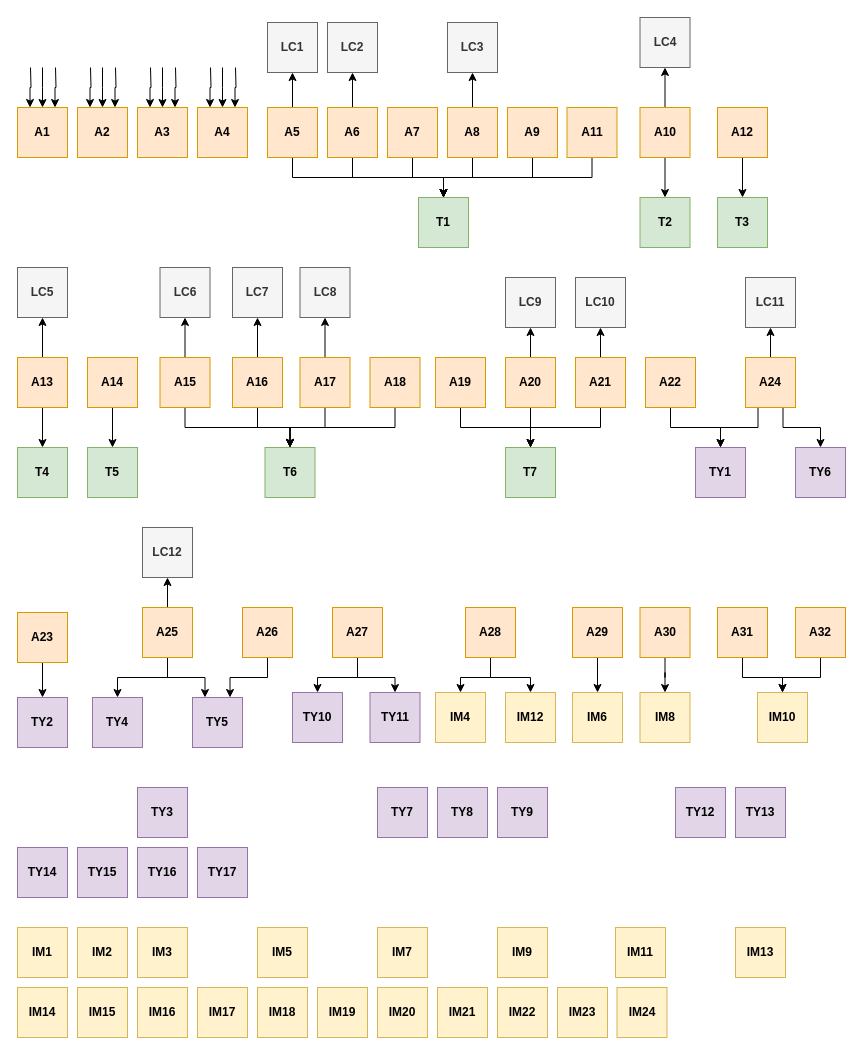
Above: docs/SRS/figures/DrawIOFiles/assumptions2all.drawio in GenevaS/EMgine (draw.io), before the change. Source tidied: cells renumbered, new cells numbered last; positions are measured from the earlier drawing's top-left corner, leaving out a move shared by most shapes. Both pictures are drawn from the tidied source at 100%, with x=0, y=0 at pixel (17, 17).
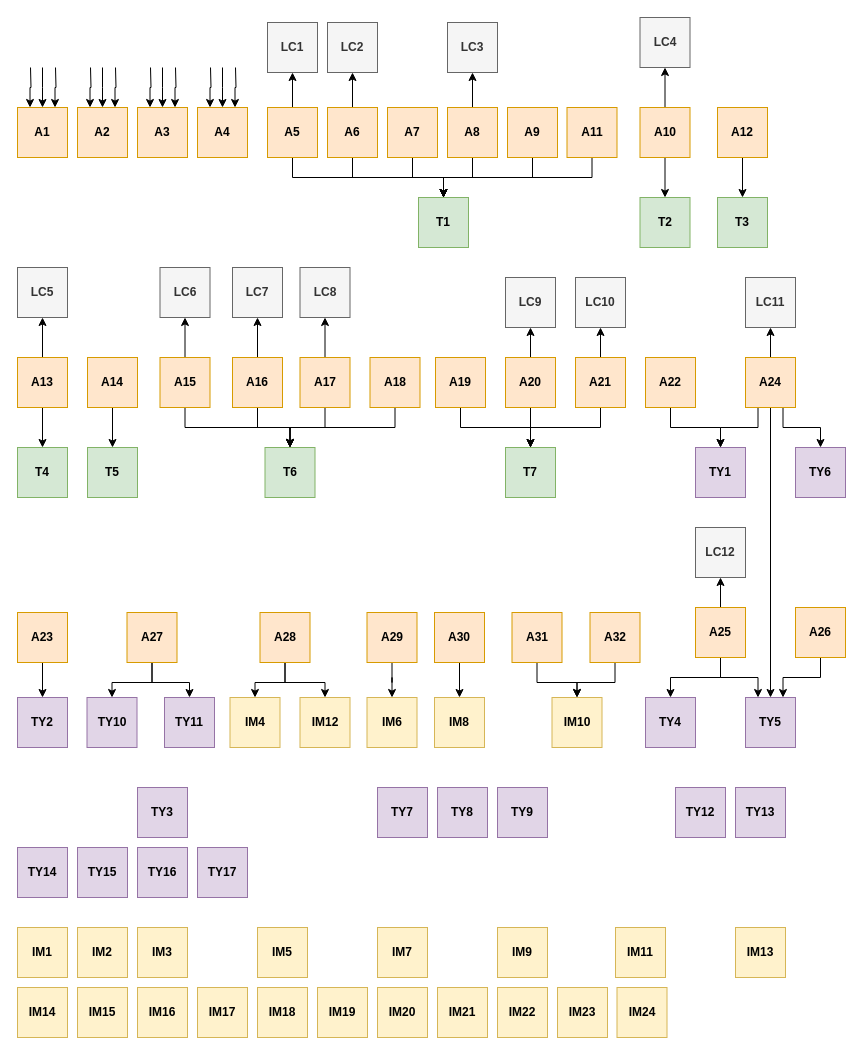
The same page after the edit.

The change refers to these unchanged cells:
```xml
<mxCell id="93" value="A24" style="rounded=0;whiteSpace=wrap;html=1;fontStyle=1;fillColor=#ffe6cc;strokeColor=#d79b00;" parent="1" vertex="1">
  <mxGeometry x="728" y="340" width="50" height="50" as="geometry" />
</mxCell>
```

Change to the diagram source:
```diff
@@
     <mxCell id="4" value="&lt;b&gt;TY11&lt;/b&gt;" style="whiteSpace=wrap;html=1;fillColor=#e1d5e7;strokeColor=#9673a6;" parent="1" vertex="1">
-      <mxGeometry x="352.5" y="675" width="50" height="50" as="geometry" />
+      <mxGeometry x="147" y="680" width="50" height="50" as="geometry" />
     </mxCell>
     <mxCell id="5" value="&lt;b&gt;TY10&lt;/b&gt;" style="whiteSpace=wrap;html=1;fillColor=#e1d5e7;strokeColor=#9673a6;" parent="1" vertex="1">
-      <mxGeometry x="275" y="675" width="50" height="50" as="geometry" />
+      <mxGeometry x="69.5" y="680" width="50" height="50" as="geometry" />
     </mxCell>
@@
     <mxCell id="10" value="&lt;b&gt;TY5&lt;/b&gt;" style="whiteSpace=wrap;html=1;fillColor=#e1d5e7;strokeColor=#9673a6;" parent="1" vertex="1">
-      <mxGeometry x="175" y="680" width="50" height="50" as="geometry" />
+      <mxGeometry x="728" y="680" width="50" height="50" as="geometry" />
     </mxCell>
     <mxCell id="11" value="&lt;b&gt;TY4&lt;/b&gt;" style="whiteSpace=wrap;html=1;fillColor=#e1d5e7;strokeColor=#9673a6;" parent="1" vertex="1">
-      <mxGeometry x="75" y="680" width="50" height="50" as="geometry" />
+      <mxGeometry x="628" y="680" width="50" height="50" as="geometry" />
     </mxCell>
@@
+    <mxCell id="150" style="edgeStyle=orthogonalEdgeStyle;rounded=0;jettySize=auto;html=1;exitX=0.5;exitY=1;exitDx=0;exitDy=0;entryX=0.5;entryY=0;entryDx=0;entryDy=0;" parent="1" edge="1" source="93" target="10">
+      <mxGeometry relative="1" as="geometry" />
+    </mxCell>
@@
     <mxCell id="97" value="A25" style="rounded=0;whiteSpace=wrap;html=1;fontStyle=1;fillColor=#ffe6cc;strokeColor=#d79b00;" parent="1" vertex="1">
-      <mxGeometry x="125" y="590" width="50" height="50" as="geometry" />
+      <mxGeometry x="678" y="590" width="50" height="50" as="geometry" />
     </mxCell>
@@
     <mxCell id="99" value="A26" style="rounded=0;whiteSpace=wrap;html=1;fontStyle=1;fillColor=#ffe6cc;strokeColor=#d79b00;" parent="1" vertex="1">
-      <mxGeometry x="225" y="590" width="50" height="50" as="geometry" />
+      <mxGeometry x="778" y="590" width="50" height="50" as="geometry" />
     </mxCell>
@@
     <mxCell id="102" value="A27" style="rounded=0;whiteSpace=wrap;html=1;fontStyle=1;fillColor=#ffe6cc;strokeColor=#d79b00;" parent="1" vertex="1">
-      <mxGeometry x="315" y="590" width="50" height="50" as="geometry" />
+      <mxGeometry x="109.5" y="595" width="50" height="50" as="geometry" />
     </mxCell>
@@
     <mxCell id="113" value="LC12" style="rounded=0;whiteSpace=wrap;html=1;fontStyle=1;fillColor=#f5f5f5;strokeColor=#666666;fontColor=#333333;" parent="1" vertex="1">
-      <mxGeometry x="125" y="510" width="50" height="50" as="geometry" />
+      <mxGeometry x="678" y="510" width="50" height="50" as="geometry" />
     </mxCell>
@@
     <mxCell id="118" value="IM8" style="rounded=0;whiteSpace=wrap;html=1;fontStyle=1;fillColor=#fff2cc;strokeColor=#d6b656;" parent="1" vertex="1">
-      <mxGeometry x="622.5" y="675" width="50" height="50" as="geometry" />
+      <mxGeometry x="417" y="680" width="50" height="50" as="geometry" />
     </mxCell>
@@
     <mxCell id="121" value="IM10" style="rounded=0;whiteSpace=wrap;html=1;fontStyle=1;fillColor=#fff2cc;strokeColor=#d6b656;" parent="1" vertex="1">
-      <mxGeometry x="740" y="675" width="50" height="50" as="geometry" />
+      <mxGeometry x="534.5" y="680" width="50" height="50" as="geometry" />
     </mxCell>
@@
     <mxCell id="123" value="IM12" style="rounded=0;whiteSpace=wrap;html=1;fontStyle=1;fillColor=#fff2cc;strokeColor=#d6b656;" parent="1" vertex="1">
-      <mxGeometry x="488" y="675" width="50" height="50" as="geometry" />
+      <mxGeometry x="282.5" y="680" width="50" height="50" as="geometry" />
     </mxCell>
     <mxCell id="124" value="IM6" style="rounded=0;whiteSpace=wrap;html=1;fontStyle=1;fillColor=#fff2cc;strokeColor=#d6b656;" parent="1" vertex="1">
-      <mxGeometry x="555" y="675" width="50" height="50" as="geometry" />
+      <mxGeometry x="349.5" y="680" width="50" height="50" as="geometry" />
     </mxCell>
@@
     <mxCell id="126" value="IM4" style="rounded=0;whiteSpace=wrap;html=1;fontStyle=1;fillColor=#fff2cc;strokeColor=#d6b656;" parent="1" vertex="1">
-      <mxGeometry x="418" y="675" width="50" height="50" as="geometry" />
+      <mxGeometry x="212.5" y="680" width="50" height="50" as="geometry" />
     </mxCell>
@@
     <mxCell id="132" value="A28" style="rounded=0;whiteSpace=wrap;html=1;fontStyle=1;fillColor=#ffe6cc;strokeColor=#d79b00;" parent="1" vertex="1">
-      <mxGeometry x="448" y="590" width="50" height="50" as="geometry" />
+      <mxGeometry x="242.5" y="595" width="50" height="50" as="geometry" />
     </mxCell>
@@
     <mxCell id="134" value="A29" style="rounded=0;whiteSpace=wrap;html=1;fontStyle=1;fillColor=#ffe6cc;strokeColor=#d79b00;" parent="1" vertex="1">
-      <mxGeometry x="555" y="590" width="50" height="50" as="geometry" />
+      <mxGeometry x="349.5" y="595" width="50" height="50" as="geometry" />
     </mxCell>
@@
     <mxCell id="136" value="A30" style="rounded=0;whiteSpace=wrap;html=1;fontStyle=1;fillColor=#ffe6cc;strokeColor=#d79b00;" parent="1" vertex="1">
-      <mxGeometry x="622.5" y="590" width="50" height="50" as="geometry" />
+      <mxGeometry x="417" y="595" width="50" height="50" as="geometry" />
     </mxCell>
@@
     <mxCell id="138" value="A31" style="rounded=0;whiteSpace=wrap;html=1;fontStyle=1;fillColor=#ffe6cc;strokeColor=#d79b00;" parent="1" vertex="1">
-      <mxGeometry x="700" y="590" width="50" height="50" as="geometry" />
+      <mxGeometry x="494.5" y="595" width="50" height="50" as="geometry" />
     </mxCell>
@@
     <mxCell id="140" value="A32" style="rounded=0;whiteSpace=wrap;html=1;fontStyle=1;fillColor=#ffe6cc;strokeColor=#d79b00;" parent="1" vertex="1">
-      <mxGeometry x="778" y="590" width="50" height="50" as="geometry" />
+      <mxGeometry x="572.5" y="595" width="50" height="50" as="geometry" />
     </mxCell>
```
